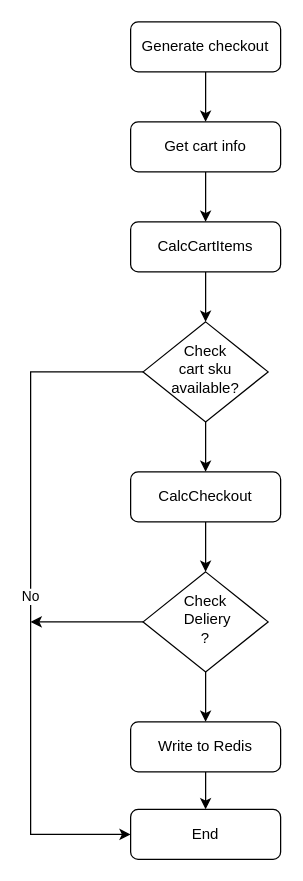
Before: checkout.drawio in Lumiaqian/diagram, a draw.io diagram. Source tidied: cells renumbered, new cells numbered last; positions are measured from the earlier drawing's top-left corner, leaving out a move shared by most shapes. Both pictures are drawn from the tidied source at 125%, with x=0, y=0 at pixel (30, 21).
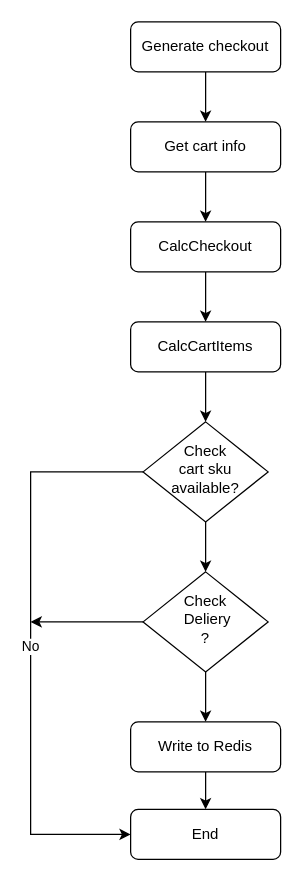
Above is the later version.

The change refers to these unchanged cells:
```xml
<mxCell id="6" value="Check&lt;br&gt;&amp;nbsp;Deliery&lt;br&gt;?" style="rhombus;whiteSpace=wrap;html=1;shadow=0;fontFamily=Helvetica;fontSize=12;align=center;strokeWidth=1;spacing=6;spacingTop=-4;" parent="1" vertex="1">
  <mxGeometry x="90" y="440" width="100" height="80" as="geometry" />
</mxCell>
<mxCell id="12" value="End" style="rounded=1;whiteSpace=wrap;html=1;fontSize=12;glass=0;strokeWidth=1;shadow=0;" parent="1" vertex="1">
  <mxGeometry x="80" y="630" width="120" height="40" as="geometry" />
</mxCell>
```

The edit, as a diff of the source:
```diff
@@
-    <mxCell id="7" style="edgeStyle=orthogonalEdgeStyle;rounded=0;jettySize=auto;html=1;exitX=0.5;exitY=1;exitDx=0;exitDy=0;entryX=0.5;entryY=0;entryDx=0;entryDy=0;" parent="1" edge="1" source="8" target="6">
-      <mxGeometry relative="1" as="geometry" />
-    </mxCell>
+    <mxCell id="19" style="edgeStyle=orthogonalEdgeStyle;rounded=0;jettySize=auto;html=1;exitX=0.5;exitY=1;exitDx=0;exitDy=0;entryX=0.5;entryY=0;entryDx=0;entryDy=0;" parent="1" edge="1" source="8" target="11">
+      <mxGeometry relative="1" as="geometry" />
+    </mxCell>
-    <mxCell id="8" value="CalcCheckout" style="rounded=1;whiteSpace=wrap;html=1;fontSize=12;glass=0;strokeWidth=1;shadow=0;" parent="1" vertex="1">
-      <mxGeometry x="80" y="360" width="120" height="40" as="geometry" />
+    <mxCell id="8" value="CalcCartItems" style="rounded=1;whiteSpace=wrap;html=1;fontSize=12;glass=0;strokeWidth=1;shadow=0;" parent="1" vertex="1">
+      <mxGeometry x="80" y="240" width="120" height="40" as="geometry" />
     </mxCell>
     <mxCell id="9" value="No" style="edgeStyle=orthogonalEdgeStyle;rounded=0;jettySize=auto;html=1;entryX=0;entryY=0.5;entryDx=0;entryDy=0;" parent="1" edge="1" source="11" target="12">
       <mxGeometry relative="1" as="geometry">
         <Array as="points">
-          <mxPoint y="280" />
+          <mxPoint y="360" />
           <mxPoint y="650" />
         </Array>
       </mxGeometry>
     </mxCell>
-    <mxCell id="10" style="edgeStyle=orthogonalEdgeStyle;rounded=0;jettySize=auto;html=1;exitX=0.5;exitY=1;exitDx=0;exitDy=0;entryX=0.5;entryY=0;entryDx=0;entryDy=0;" parent="1" edge="1" source="11" target="8">
-      <mxGeometry relative="1" as="geometry" />
-    </mxCell>
+    <mxCell id="20" style="edgeStyle=orthogonalEdgeStyle;rounded=0;jettySize=auto;html=1;exitX=0.5;exitY=1;exitDx=0;exitDy=0;entryX=0.5;entryY=0;entryDx=0;entryDy=0;" parent="1" edge="1" source="11" target="6">
+      <mxGeometry relative="1" as="geometry" />
+    </mxCell>
     <mxCell id="11" value="Check&lt;br&gt;&amp;nbsp;cart sku&amp;nbsp; &lt;br&gt;available?" style="rhombus;whiteSpace=wrap;html=1;shadow=0;fontFamily=Helvetica;fontSize=12;align=center;strokeWidth=1;spacing=6;spacingTop=-4;" parent="1" vertex="1">
-      <mxGeometry x="90" y="240" width="100" height="80" as="geometry" />
+      <mxGeometry x="90" y="320" width="100" height="80" as="geometry" />
     </mxCell>
@@
-    <mxCell id="15" style="edgeStyle=orthogonalEdgeStyle;rounded=0;jettySize=auto;html=1;exitX=0.5;exitY=1;exitDx=0;exitDy=0;entryX=0.5;entryY=0;entryDx=0;entryDy=0;" parent="1" edge="1" source="16" target="11">
-      <mxGeometry relative="1" as="geometry" />
-    </mxCell>
+    <mxCell id="21" style="edgeStyle=orthogonalEdgeStyle;rounded=0;jettySize=auto;html=1;exitX=0.5;exitY=1;exitDx=0;exitDy=0;entryX=0.5;entryY=0;entryDx=0;entryDy=0;" parent="1" edge="1" source="16" target="8">
+      <mxGeometry relative="1" as="geometry" />
+    </mxCell>
-    <mxCell id="16" value="CalcCartItems" style="rounded=1;whiteSpace=wrap;html=1;fontSize=12;glass=0;strokeWidth=1;shadow=0;" parent="1" vertex="1">
+    <mxCell id="16" value="CalcCheckout" style="rounded=1;whiteSpace=wrap;html=1;fontSize=12;glass=0;strokeWidth=1;shadow=0;" parent="1" vertex="1">
       <mxGeometry x="80" y="160" width="120" height="40" as="geometry" />
     </mxCell>
```
